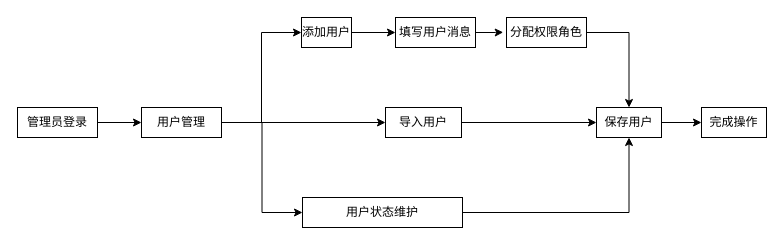
The draw.io diagram task7.5.drawio in ouyangxiong-bit/deer-flow, before the edit. Source tidied: cells renumbered, new cells numbered last; positions are measured from the earlier drawing's top-left corner, leaving out a move shared by most shapes. Both pictures are drawn from the tidied source at 100%, with x=0, y=0 at pixel (17, 17).
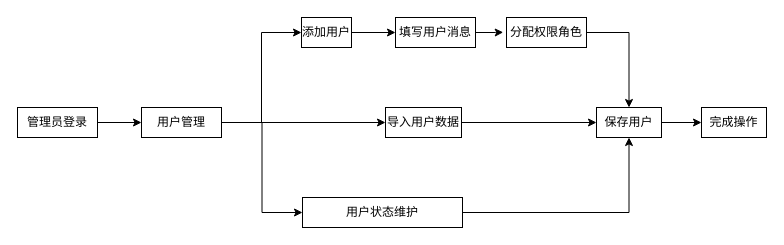
Above is the later version.

The edit, as a diff of the source:
```diff
@@
-    <mxCell id="9" value="导入用户" style="rounded=0;whiteSpace=wrap;html=1;strokeWidth=1;" parent="1" vertex="1">
+    <mxCell id="9" value="导入用户数据" style="rounded=0;whiteSpace=wrap;html=1;strokeWidth=1;" parent="1" vertex="1">
       <mxGeometry x="368" y="90" width="76" height="30" as="geometry" />
     </mxCell>
```
